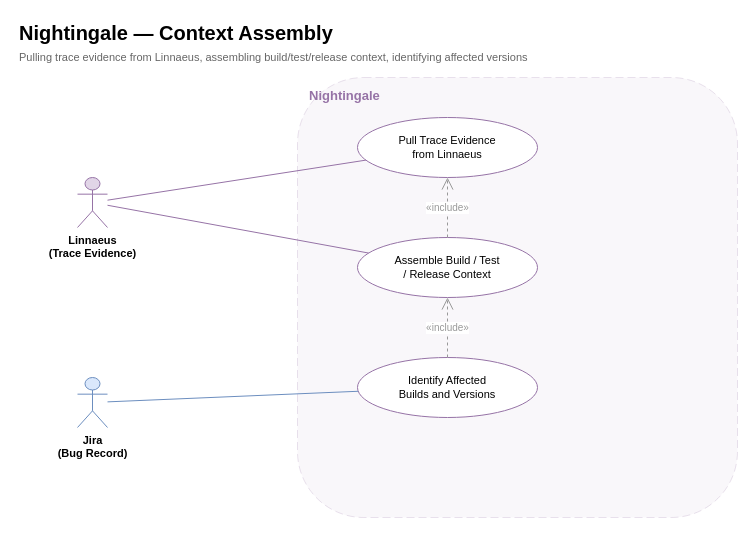
This is page "2 — Context Assembly" (2 of 4) of docs/diagrams/workforce/NIGHTINGALE_USE_CASE.drawio from jmac-cornelis/agent-workforce, a draw.io file, before an edit. Source tidied: cells renumbered, new cells numbered last; positions are measured from the earlier drawing's top-left corner, leaving out a move shared by most shapes. Both pictures are drawn from the tidied source at 100%, with x=0, y=0 at pixel (17, 17).
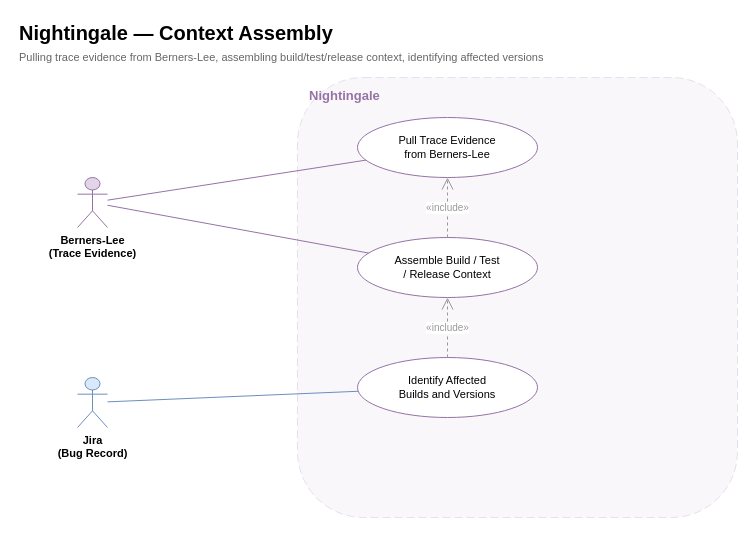
The same page after the edit.

The edit, as a diff of the source:
```diff
@@
 <mxGraphModel>
   <root>
     <mxCell id="0" />
     <mxCell id="1" parent="0" />
     <mxCell id="2" value="Nightingale — Context Assembly" style="text;html=1;strokeColor=none;fillColor=none;align=left;verticalAlign=middle;fontSize=20;fontStyle=1;" parent="1" vertex="1">
       <mxGeometry width="500" height="30" as="geometry" />
     </mxCell>
-    <mxCell id="3" value="Pulling trace evidence from Linnaeus, assembling build/test/release context, identifying affected versions" style="text;html=1;strokeColor=none;fillColor=none;align=left;verticalAlign=middle;fontSize=11;fontColor=#666666;" parent="1" vertex="1">
+    <mxCell id="3" value="Pulling trace evidence from Berners-Lee, assembling build/test/release context, identifying affected versions" style="text;html=1;strokeColor=none;fillColor=none;align=left;verticalAlign=middle;fontSize=11;fontColor=#666666;" parent="1" vertex="1">
       <mxGeometry y="30" width="650" height="20" as="geometry" />
     </mxCell>
     <mxCell id="4" style="rounded=1;whiteSpace=wrap;html=1;fillColor=#e1d5e7;strokeColor=#9673a6;opacity=20;dashed=1;dashPattern=8 4;" parent="1" vertex="1">
       <mxGeometry x="280" y="60" width="440" height="440" as="geometry" />
     </mxCell>
     <mxCell id="5" value="Nightingale" style="text;html=1;strokeColor=none;fillColor=none;align=left;verticalAlign=middle;fontSize=13;fontStyle=1;fontColor=#9673a6;" parent="1" vertex="1">
       <mxGeometry x="290" y="65" width="120" height="25" as="geometry" />
     </mxCell>
-    <mxCell id="6" value="Linnaeus&lt;br&gt;(Trace Evidence)" style="shape=umlActor;verticalLabelPosition=bottom;verticalAlign=top;html=1;outlineConnect=0;fontSize=11;fontStyle=1;fillColor=#e1d5e7;strokeColor=#9673a6;" parent="1" vertex="1">
+    <mxCell id="6" value="Berners-Lee&lt;br&gt;(Trace Evidence)" style="shape=umlActor;verticalLabelPosition=bottom;verticalAlign=top;html=1;outlineConnect=0;fontSize=11;fontStyle=1;fillColor=#e1d5e7;strokeColor=#9673a6;" parent="1" vertex="1">
       <mxGeometry x="60" y="160" width="30" height="50" as="geometry" />
     </mxCell>
     <mxCell id="7" value="Jira&lt;br&gt;(Bug Record)" style="shape=umlActor;verticalLabelPosition=bottom;verticalAlign=top;html=1;outlineConnect=0;fontSize=11;fontStyle=1;fillColor=#dae8fc;strokeColor=#6c8ebf;" parent="1" vertex="1">
       <mxGeometry x="60" y="360" width="30" height="50" as="geometry" />
     </mxCell>
-    <mxCell id="8" value="Pull Trace Evidence&lt;br&gt;from Linnaeus" style="ellipse;whiteSpace=wrap;html=1;fillColor=#ffffff;strokeColor=#9673a6;fontSize=11;" parent="1" vertex="1">
+    <mxCell id="8" value="Pull Trace Evidence&lt;br&gt;from Berners-Lee" style="ellipse;whiteSpace=wrap;html=1;fillColor=#ffffff;strokeColor=#9673a6;fontSize=11;" parent="1" vertex="1">
       <mxGeometry x="340" y="100" width="180" height="60" as="geometry" />
     </mxCell>
     <mxCell id="9" value="Assemble Build / Test&lt;br&gt;/ Release Context" style="ellipse;whiteSpace=wrap;html=1;fillColor=#ffffff;strokeColor=#9673a6;fontSize=11;" parent="1" vertex="1">
       <mxGeometry x="340" y="220" width="180" height="60" as="geometry" />
     </mxCell>
     <mxCell id="10" value="Identify Affected&lt;br&gt;Builds and Versions" style="ellipse;whiteSpace=wrap;html=1;fillColor=#ffffff;strokeColor=#9673a6;fontSize=11;" parent="1" vertex="1">
       <mxGeometry x="340" y="340" width="180" height="60" as="geometry" />
     </mxCell>
     <mxCell id="11" style="endArrow=none;html=1;strokeColor=#9673a6;" parent="1" edge="1" source="6" target="8">
       <mxGeometry relative="1" as="geometry" />
     </mxCell>
     <mxCell id="12" style="endArrow=none;html=1;strokeColor=#9673a6;" parent="1" edge="1" source="6" target="9">
       <mxGeometry relative="1" as="geometry" />
     </mxCell>
     <mxCell id="13" style="endArrow=none;html=1;strokeColor=#6c8ebf;" parent="1" edge="1" source="7" target="10">
       <mxGeometry relative="1" as="geometry" />
     </mxCell>
     <mxCell id="14" value="&amp;laquo;include&amp;raquo;" style="endArrow=open;endSize=10;dashed=1;html=1;strokeColor=#999999;fontSize=10;fontColor=#999999;" parent="1" edge="1" source="9" target="8">
       <mxGeometry relative="1" as="geometry" />
     </mxCell>
     <mxCell id="15" value="&amp;laquo;include&amp;raquo;" style="endArrow=open;endSize=10;dashed=1;html=1;strokeColor=#999999;fontSize=10;fontColor=#999999;" parent="1" edge="1" source="10" target="9">
       <mxGeometry relative="1" as="geometry" />
     </mxCell>
   </root>
 </mxGraphModel>
```
